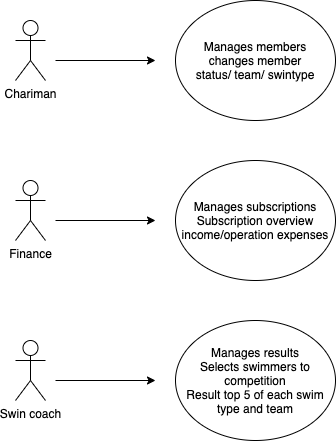
Geofery/SwimClub keeps this draw.io diagram as Dokumenter/Use case Dolphin.png. Above is the earlier version. Source tidied: cells renumbered, new cells last; positions are measured from the earlier drawing's top-left corner, leaving out a move shared by most shapes. The source it was exported from:
```xml
<mxGraphModel>
  <root>
    <mxCell id="0" />
    <mxCell id="1" parent="0" />
    <mxCell id="2" value="Finance" style="shape=umlActor;verticalLabelPosition=bottom;verticalAlign=top;html=1;" parent="1" vertex="1">
      <mxGeometry y="180" width="30" height="60" as="geometry" />
    </mxCell>
    <mxCell id="3" value="Chariman" style="shape=umlActor;verticalLabelPosition=bottom;verticalAlign=top;html=1;" parent="1" vertex="1">
      <mxGeometry y="20" width="30" height="60" as="geometry" />
    </mxCell>
    <mxCell id="4" value="Swin coach" style="shape=umlActor;verticalLabelPosition=bottom;verticalAlign=top;html=1;" parent="1" vertex="1">
      <mxGeometry y="340" width="30" height="60" as="geometry" />
    </mxCell>
    <mxCell id="5" value="Manages members&lt;br&gt;changes member&lt;br&gt;status/ team/&amp;nbsp;swintype" style="ellipse;whiteSpace=wrap;html=1;" parent="1" vertex="1">
      <mxGeometry x="160" width="160" height="120" as="geometry" />
    </mxCell>
    <mxCell id="6" value="Manages subscriptions&lt;br&gt;Subscription overview&lt;br&gt;income/operation expenses" style="ellipse;whiteSpace=wrap;html=1;" parent="1" vertex="1">
      <mxGeometry x="160" y="160" width="160" height="120" as="geometry" />
    </mxCell>
    <mxCell id="7" value="Manages results&lt;br&gt;Selects swimmers to competition&lt;br&gt;Result top 5 of each swim type and team" style="ellipse;whiteSpace=wrap;html=1;" parent="1" vertex="1">
      <mxGeometry x="160" y="320" width="160" height="120" as="geometry" />
    </mxCell>
    <mxCell id="8" style="endArrow=classic;html=1;" parent="1" edge="1">
      <mxGeometry relative="1" as="geometry">
        <mxPoint x="40" y="60" as="sourcePoint" />
        <mxPoint x="140" y="60" as="targetPoint" />
      </mxGeometry>
    </mxCell>
    <mxCell id="9" style="endArrow=classic;html=1;" parent="1" edge="1">
      <mxGeometry relative="1" as="geometry">
        <mxPoint x="40" y="380" as="sourcePoint" />
        <mxPoint x="140" y="380" as="targetPoint" />
      </mxGeometry>
    </mxCell>
    <mxCell id="10" style="endArrow=classic;html=1;" parent="1" edge="1">
      <mxGeometry relative="1" as="geometry">
        <mxPoint x="40" y="220" as="sourcePoint" />
        <mxPoint x="140" y="220" as="targetPoint" />
      </mxGeometry>
    </mxCell>
  </root>
</mxGraphModel>
```
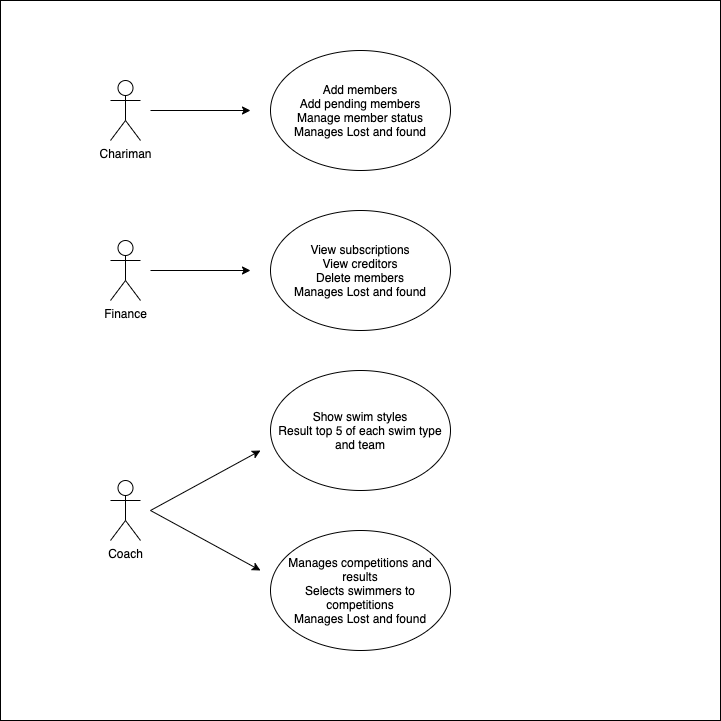
After the change.

Diff of the diagram source:
```diff
@@ -3,22 +3,22 @@
     <mxCell id="0" />
     <mxCell id="1" parent="0" />
     <mxCell id="2" value="Finance" style="shape=umlActor;verticalLabelPosition=bottom;verticalAlign=top;html=1;" parent="1" vertex="1">
-      <mxGeometry y="180" width="30" height="60" as="geometry" />
+      <mxGeometry y="190" width="30" height="60" as="geometry" />
     </mxCell>
     <mxCell id="3" value="Chariman" style="shape=umlActor;verticalLabelPosition=bottom;verticalAlign=top;html=1;" parent="1" vertex="1">
-      <mxGeometry y="20" width="30" height="60" as="geometry" />
+      <mxGeometry y="30" width="30" height="60" as="geometry" />
     </mxCell>
-    <mxCell id="4" value="Swin coach" style="shape=umlActor;verticalLabelPosition=bottom;verticalAlign=top;html=1;" parent="1" vertex="1">
-      <mxGeometry y="340" width="30" height="60" as="geometry" />
+    <mxCell id="4" value="Coach" style="shape=umlActor;verticalLabelPosition=bottom;verticalAlign=top;html=1;" parent="1" vertex="1">
+      <mxGeometry y="430" width="30" height="60" as="geometry" />
     </mxCell>
-    <mxCell id="5" value="Manages members&lt;br&gt;changes member&lt;br&gt;status/ team/&amp;nbsp;swintype" style="ellipse;whiteSpace=wrap;html=1;" parent="1" vertex="1">
-      <mxGeometry x="160" width="160" height="120" as="geometry" />
+    <mxCell id="5" value="Add members&lt;br&gt;Add pending members&lt;br&gt;Manage member status&lt;br&gt;Manages Lost and found" style="ellipse;whiteSpace=wrap;html=1;" parent="1" vertex="1">
+      <mxGeometry x="160" width="180" height="120" as="geometry" />
     </mxCell>
-    <mxCell id="6" value="Manages subscriptions&lt;br&gt;Subscription overview&lt;br&gt;income/operation expenses" style="ellipse;whiteSpace=wrap;html=1;" parent="1" vertex="1">
-      <mxGeometry x="160" y="160" width="160" height="120" as="geometry" />
+    <mxCell id="6" value="View subscriptions&lt;br&gt;View creditors&lt;br&gt;Delete members&lt;br&gt;Manages Lost and found" style="ellipse;whiteSpace=wrap;html=1;" parent="1" vertex="1">
+      <mxGeometry x="160" y="160" width="180" height="120" as="geometry" />
     </mxCell>
-    <mxCell id="7" value="Manages results&lt;br&gt;Selects swimmers to competition&lt;br&gt;Result top 5 of each swim type and team" style="ellipse;whiteSpace=wrap;html=1;" parent="1" vertex="1">
-      <mxGeometry x="160" y="320" width="160" height="120" as="geometry" />
+    <mxCell id="7" value="Show swim styles&lt;br&gt;Result top 5 of each swim type and team" style="ellipse;whiteSpace=wrap;html=1;" parent="1" vertex="1">
+      <mxGeometry x="160" y="320" width="180" height="120" as="geometry" />
     </mxCell>
     <mxCell id="8" style="endArrow=classic;html=1;" parent="1" edge="1">
       <mxGeometry relative="1" as="geometry">
@@ -28,8 +28,8 @@
     </mxCell>
     <mxCell id="9" style="endArrow=classic;html=1;" parent="1" edge="1">
       <mxGeometry relative="1" as="geometry">
-        <mxPoint x="40" y="380" as="sourcePoint" />
-        <mxPoint x="140" y="380" as="targetPoint" />
+        <mxPoint x="40" y="460" as="sourcePoint" />
+        <mxPoint x="150" y="400" as="targetPoint" />
       </mxGeometry>
     </mxCell>
     <mxCell id="10" style="endArrow=classic;html=1;" parent="1" edge="1">
@@ -38,5 +38,17 @@
         <mxPoint x="140" y="220" as="targetPoint" />
       </mxGeometry>
     </mxCell>
+    <mxCell id="11" value="Manages competitions and results&lt;br&gt;Selects swimmers to competitions&lt;br&gt;Manages Lost and found" style="ellipse;whiteSpace=wrap;html=1;" parent="1" vertex="1">
+      <mxGeometry x="160" y="480" width="180" height="120" as="geometry" />
+    </mxCell>
+    <mxCell id="12" style="endArrow=classic;html=1;" parent="1" edge="1">
+      <mxGeometry relative="1" as="geometry">
+        <mxPoint x="40" y="460" as="sourcePoint" />
+        <mxPoint x="150" y="520" as="targetPoint" />
+      </mxGeometry>
+    </mxCell>
+    <mxCell id="13" style="whiteSpace=wrap;html=1;fillColor=none;" parent="1" vertex="1">
+      <mxGeometry x="-110" y="-50" width="720" height="720" as="geometry" />
+    </mxCell>
   </root>
 </mxGraphModel>
```
